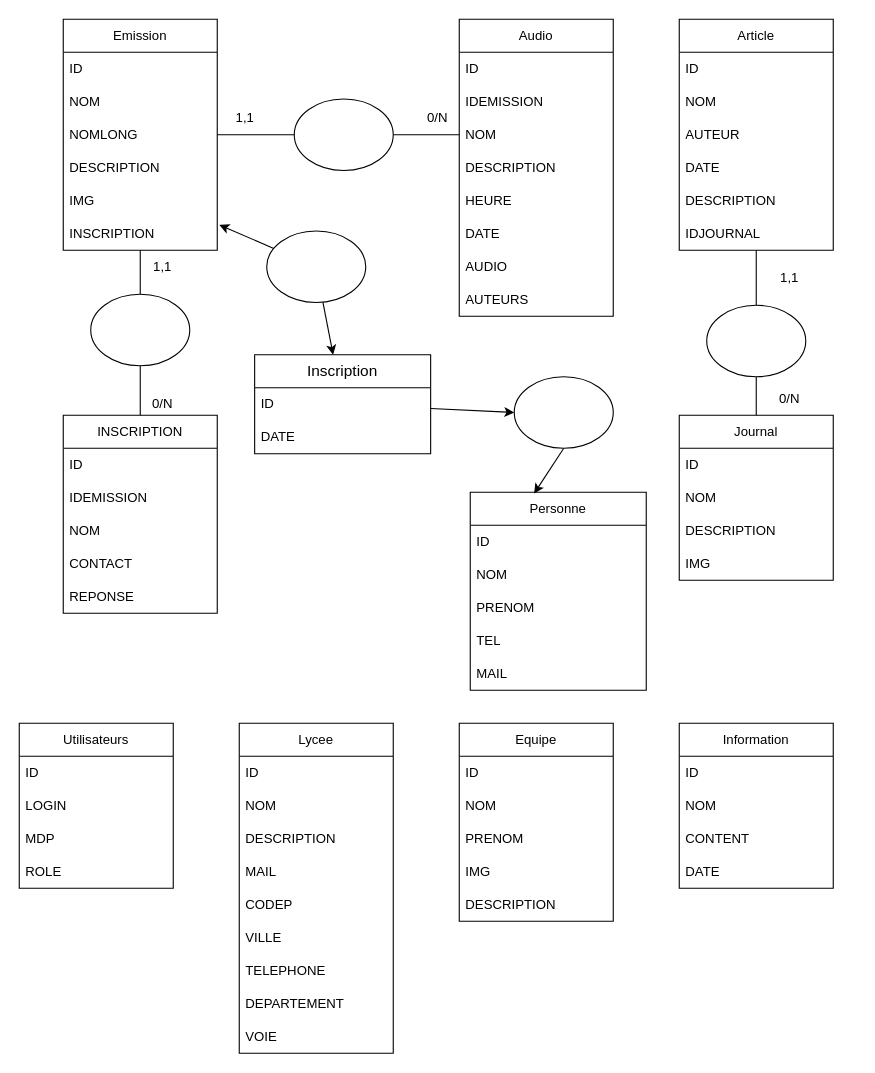
ben7821/WebRadio keeps this draw.io diagram as doc/MCD.drawio. Above is the earlier version. Source tidied: cells renumbered, new cells numbered last; positions are measured from the earlier drawing's top-left corner, leaving out a move shared by most shapes. Both pictures are drawn from the tidied source at 110%, with x=0, y=0 at pixel (19, 19).
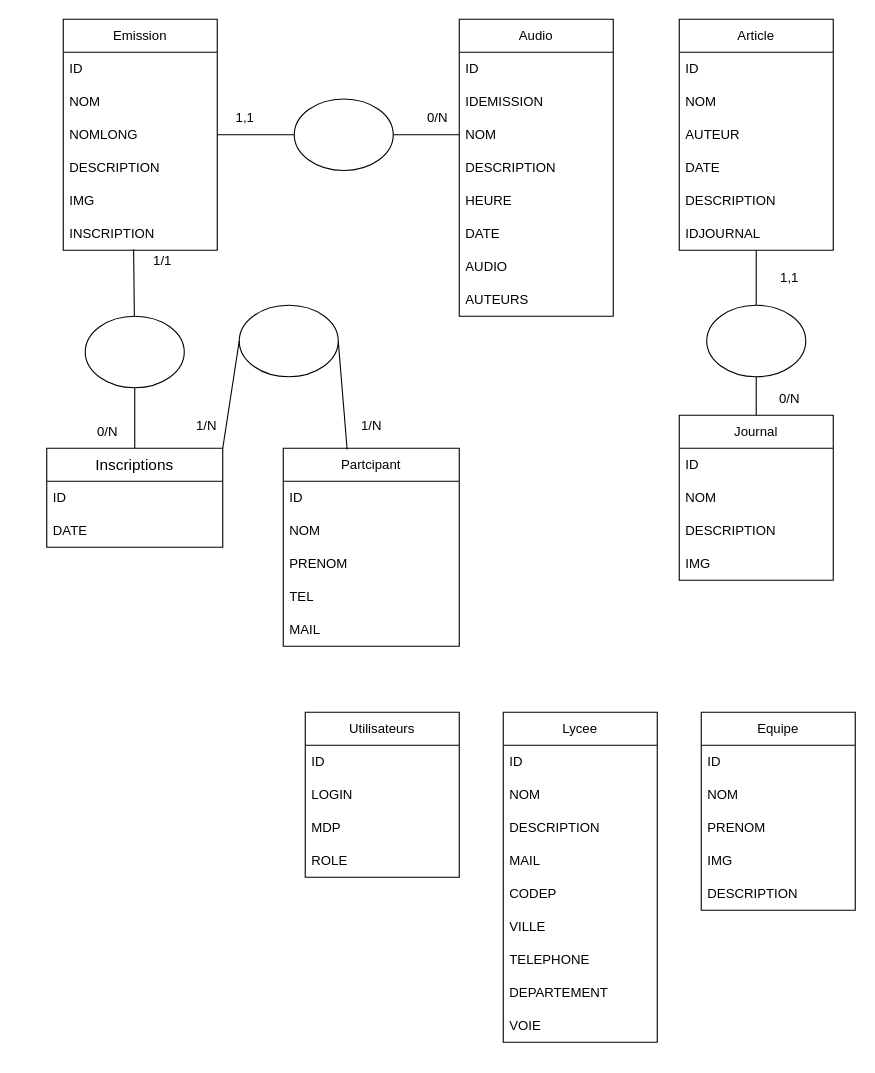
Above is the later version.

The change refers to these unchanged cells:
```xml
<mxCell id="8" value="INSCRIPTION" style="text;strokeColor=none;fillColor=none;align=left;verticalAlign=middle;spacingLeft=4;spacingRight=4;overflow=hidden;points=[[0,0.5],[1,0.5]];portConstraint=eastwest;whiteSpace=wrap;html=1;" parent="2" vertex="1">
  <mxGeometry y="180" width="140" height="30" as="geometry" />
</mxCell>
<mxCell id="84" value="ID" style="text;strokeColor=none;fillColor=none;align=left;verticalAlign=middle;spacingLeft=4;spacingRight=4;overflow=hidden;points=[[0,0.5],[1,0.5]];portConstraint=eastwest;whiteSpace=wrap;html=1;" parent="83" vertex="1">
  <mxGeometry y="30" width="160" height="30" as="geometry" />
</mxCell>
```

What changed in the source:
```diff
@@
-    <mxCell id="40" value="INSCRIPTION" style="swimlane;fontStyle=0;horizontal=1;startSize=30;whiteSpace=wrap;html=1;" parent="1" vertex="1">
-      <mxGeometry x="40" y="360" width="140" height="180" as="geometry" />
-    </mxCell>
-    <mxCell id="41" value="ID" style="text;strokeColor=none;fillColor=none;align=left;verticalAlign=middle;spacingLeft=4;spacingRight=4;overflow=hidden;whiteSpace=wrap;html=1;" parent="40" vertex="1">
-      <mxGeometry y="30" width="140" height="30" as="geometry" />
-    </mxCell>
-    <mxCell id="42" value="IDEMISSION" style="text;strokeColor=none;fillColor=none;align=left;verticalAlign=middle;spacingLeft=4;spacingRight=4;overflow=hidden;whiteSpace=wrap;html=1;" parent="40" vertex="1">
-      <mxGeometry y="60" width="140" height="30" as="geometry" />
-    </mxCell>
-    <mxCell id="43" value="NOM" style="text;strokeColor=none;fillColor=none;align=left;verticalAlign=middle;spacingLeft=4;spacingRight=4;overflow=hidden;whiteSpace=wrap;html=1;" parent="40" vertex="1">
-      <mxGeometry y="90" width="140" height="30" as="geometry" />
-    </mxCell>
-    <mxCell id="44" value="CONTACT" style="text;strokeColor=none;fillColor=none;align=left;verticalAlign=middle;spacingLeft=4;spacingRight=4;overflow=hidden;whiteSpace=wrap;html=1;" parent="40" vertex="1">
-      <mxGeometry y="120" width="140" height="30" as="geometry" />
-    </mxCell>
-    <mxCell id="45" value="REPONSE" style="text;strokeColor=none;fillColor=none;align=left;verticalAlign=middle;spacingLeft=4;spacingRight=4;overflow=hidden;whiteSpace=wrap;html=1;" parent="40" vertex="1">
-      <mxGeometry y="150" width="140" height="30" as="geometry" />
-    </mxCell>
-    <mxCell id="46" style="edgeStyle=none;html=1;exitX=0.5;exitY=1;exitDx=0;exitDy=0;entryX=0.5;entryY=0;entryDx=0;entryDy=0;endArrow=none;endFill=0;" parent="1" edge="1" source="48" target="40">
-      <mxGeometry relative="1" as="geometry" />
-    </mxCell>
-    <mxCell id="47" style="edgeStyle=none;html=1;exitX=0.5;exitY=0;exitDx=0;exitDy=0;endArrow=none;endFill=0;" parent="1" edge="1" source="48" target="8">
-      <mxGeometry relative="1" as="geometry" />
-    </mxCell>
-    <mxCell id="48" style="ellipse;whiteSpace=wrap;html=1;" parent="1" vertex="1">
-      <mxGeometry x="65" y="250" width="90" height="65" as="geometry" />
-    </mxCell>
-    <mxCell id="49" value="0/N" style="text;html=1;align=center;verticalAlign=middle;strokeColor=none;fillColor=none;" parent="1" vertex="1">
-      <mxGeometry x="110" y="335" width="40" height="30" as="geometry" />
-    </mxCell>
-    <mxCell id="50" value="1,1" style="text;html=1;align=center;verticalAlign=middle;strokeColor=none;fillColor=none;" parent="1" vertex="1">
-      <mxGeometry x="110" y="210" width="40" height="30" as="geometry" />
-    </mxCell>
-    <mxCell id="51" value="Information" style="swimlane;fontStyle=0;horizontal=1;startSize=30;whiteSpace=wrap;html=1;" parent="1" vertex="1">
-      <mxGeometry x="600" y="640" width="140" height="150" as="geometry" />
-    </mxCell>
-    <mxCell id="52" value="ID" style="text;strokeColor=none;fillColor=none;align=left;verticalAlign=middle;spacingLeft=4;spacingRight=4;overflow=hidden;whiteSpace=wrap;html=1;" parent="51" vertex="1">
-      <mxGeometry y="30" width="140" height="30" as="geometry" />
-    </mxCell>
-    <mxCell id="53" value="NOM" style="text;strokeColor=none;fillColor=none;align=left;verticalAlign=middle;spacingLeft=4;spacingRight=4;overflow=hidden;whiteSpace=wrap;html=1;" parent="51" vertex="1">
-      <mxGeometry y="60" width="140" height="30" as="geometry" />
-    </mxCell>
-    <mxCell id="54" value="CONTENT" style="text;strokeColor=none;fillColor=none;align=left;verticalAlign=middle;spacingLeft=4;spacingRight=4;overflow=hidden;whiteSpace=wrap;html=1;" parent="51" vertex="1">
-      <mxGeometry y="90" width="140" height="30" as="geometry" />
-    </mxCell>
-    <mxCell id="55" value="DATE" style="text;strokeColor=none;fillColor=none;align=left;verticalAlign=middle;spacingLeft=4;spacingRight=4;overflow=hidden;whiteSpace=wrap;html=1;" parent="51" vertex="1">
-      <mxGeometry y="120" width="140" height="30" as="geometry" />
-    </mxCell>
     <mxCell id="56" value="Equipe" style="swimlane;fontStyle=0;horizontal=1;startSize=30;whiteSpace=wrap;html=1;" parent="1" vertex="1">
-      <mxGeometry x="400" y="640" width="140" height="180" as="geometry" />
+      <mxGeometry x="620" y="630" width="140" height="180" as="geometry" />
     </mxCell>
@@
     <mxCell id="62" value="Lycee" style="swimlane;fontStyle=0;horizontal=1;startSize=30;whiteSpace=wrap;html=1;" parent="1" vertex="1">
-      <mxGeometry x="200" y="640" width="140" height="300" as="geometry" />
+      <mxGeometry x="440" y="630" width="140" height="300" as="geometry" />
     </mxCell>
@@
     <mxCell id="72" value="Utilisateurs" style="swimlane;fontStyle=0;horizontal=1;startSize=30;whiteSpace=wrap;html=1;" parent="1" vertex="1">
-      <mxGeometry y="640" width="140" height="150" as="geometry" />
+      <mxGeometry x="260" y="630" width="140" height="150" as="geometry" />
     </mxCell>
@@
-    <mxCell id="77" value="Personne" style="swimlane;fontStyle=0;horizontal=1;startSize=30;whiteSpace=wrap;html=1;" parent="1" vertex="1">
-      <mxGeometry x="410" y="430" width="160" height="180" as="geometry" />
+    <mxCell id="77" value="Partcipant" style="swimlane;fontStyle=0;horizontal=1;startSize=30;whiteSpace=wrap;html=1;" parent="1" vertex="1">
+      <mxGeometry x="240" y="390" width="160" height="180" as="geometry" />
     </mxCell>
@@
-    <mxCell id="83" value="&lt;span style=&quot;font-size: 14px;&quot;&gt;Inscription&lt;/span&gt;" style="swimlane;fontStyle=0;horizontal=1;startSize=30;whiteSpace=wrap;html=1;" parent="1" vertex="1">
-      <mxGeometry x="214" y="305" width="160" height="90" as="geometry" />
+    <mxCell id="83" value="&lt;span style=&quot;font-size: 14px;&quot;&gt;Inscriptions&lt;/span&gt;" style="swimlane;fontStyle=0;horizontal=1;startSize=30;whiteSpace=wrap;html=1;" parent="1" vertex="1">
+      <mxGeometry x="25" y="390" width="160" height="90" as="geometry" />
     </mxCell>
@@
-    <mxCell id="86" style="edgeStyle=none;html=1;entryX=1.014;entryY=0.233;entryDx=0;entryDy=0;entryPerimeter=0;fontSize=14;" parent="1" edge="1" source="88" target="8">
+    <mxCell id="86" style="edgeStyle=none;html=1;entryX=0.457;entryY=0.967;entryDx=0;entryDy=0;entryPerimeter=0;fontSize=14;endArrow=none;endFill=0;" parent="1" edge="1" source="88" target="8">
       <mxGeometry relative="1" as="geometry" />
     </mxCell>
-    <mxCell id="87" style="edgeStyle=none;html=1;fontSize=14;" parent="1" edge="1" source="88" target="83">
+    <mxCell id="87" style="edgeStyle=none;html=1;fontSize=14;endArrow=none;endFill=0;" parent="1" edge="1" source="88" target="83">
       <mxGeometry relative="1" as="geometry" />
     </mxCell>
     <mxCell id="88" style="ellipse;whiteSpace=wrap;html=1;" parent="1" vertex="1">
-      <mxGeometry x="225" y="192.5" width="90" height="65" as="geometry" />
+      <mxGeometry x="60" y="270" width="90" height="65" as="geometry" />
     </mxCell>
-    <mxCell id="89" style="edgeStyle=none;html=1;exitX=0.5;exitY=1;exitDx=0;exitDy=0;entryX=0.363;entryY=0.006;entryDx=0;entryDy=0;fontSize=14;entryPerimeter=0;" parent="1" edge="1" source="90" target="77">
+    <mxCell id="89" style="edgeStyle=none;html=1;exitX=1;exitY=0.5;exitDx=0;exitDy=0;entryX=0.363;entryY=0.006;entryDx=0;entryDy=0;fontSize=14;entryPerimeter=0;endArrow=none;endFill=0;" parent="1" edge="1" source="90" target="77">
       <mxGeometry relative="1" as="geometry" />
     </mxCell>
     <mxCell id="90" style="ellipse;whiteSpace=wrap;html=1;" parent="1" vertex="1">
-      <mxGeometry x="450" y="325" width="90" height="65" as="geometry" />
+      <mxGeometry x="200" y="260" width="90" height="65" as="geometry" />
     </mxCell>
-    <mxCell id="91" style="edgeStyle=none;html=1;entryX=0;entryY=0.5;entryDx=0;entryDy=0;fontSize=14;" parent="1" edge="1" source="84" target="90">
+    <mxCell id="91" style="edgeStyle=none;html=1;entryX=0;entryY=0.5;entryDx=0;entryDy=0;fontSize=14;exitX=1;exitY=0;exitDx=0;exitDy=0;endArrow=none;endFill=0;" parent="1" edge="1" source="83" target="90">
       <mxGeometry relative="1" as="geometry" />
     </mxCell>
+    <mxCell id="92" value="1/1" style="text;html=1;align=center;verticalAlign=middle;strokeColor=none;fillColor=none;" parent="1" vertex="1">
+      <mxGeometry x="110" y="205" width="40" height="30" as="geometry" />
+    </mxCell>
+    <mxCell id="49" value="0/N" style="text;html=1;align=center;verticalAlign=middle;strokeColor=none;fillColor=none;" parent="1" vertex="1">
+      <mxGeometry x="60" y="360" width="40" height="30" as="geometry" />
+    </mxCell>
+    <mxCell id="93" value="1/N" style="text;html=1;align=center;verticalAlign=middle;strokeColor=none;fillColor=none;" parent="1" vertex="1">
+      <mxGeometry x="150" y="355" width="40" height="30" as="geometry" />
+    </mxCell>
+    <mxCell id="94" value="1/N" style="text;html=1;align=center;verticalAlign=middle;strokeColor=none;fillColor=none;" parent="1" vertex="1">
+      <mxGeometry x="300" y="355" width="40" height="30" as="geometry" />
+    </mxCell>
```
